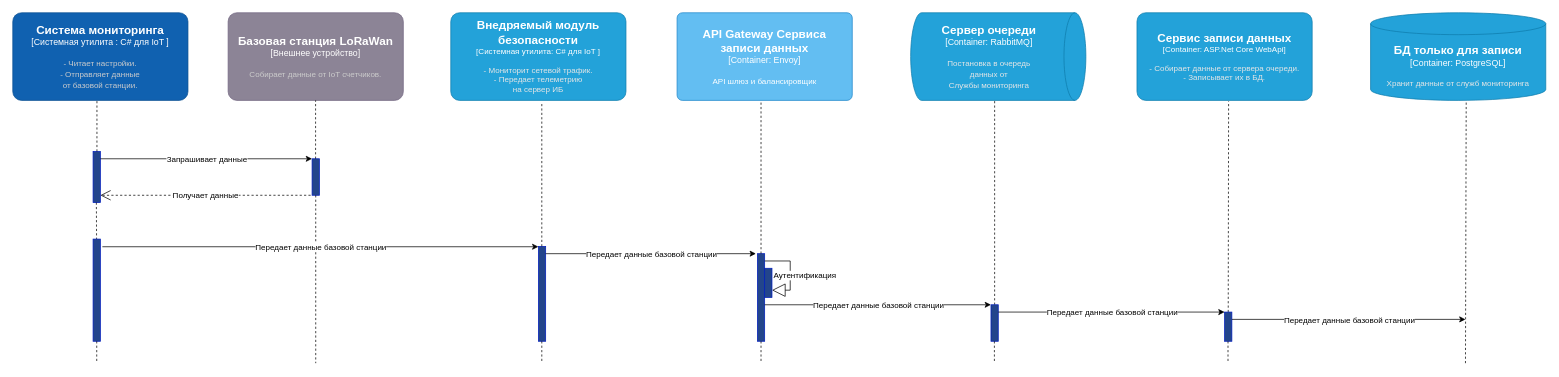
Before: Graduate/img/uc6.drawio in dimidych/Gird_the_grid, a draw.io diagram. Source tidied: cells renumbered, new cells numbered last; positions are measured from the earlier drawing's top-left corner, leaving out a move shared by most shapes. Both pictures are drawn from the tidied source at 73%, with x=0, y=0 at pixel (12, 12).
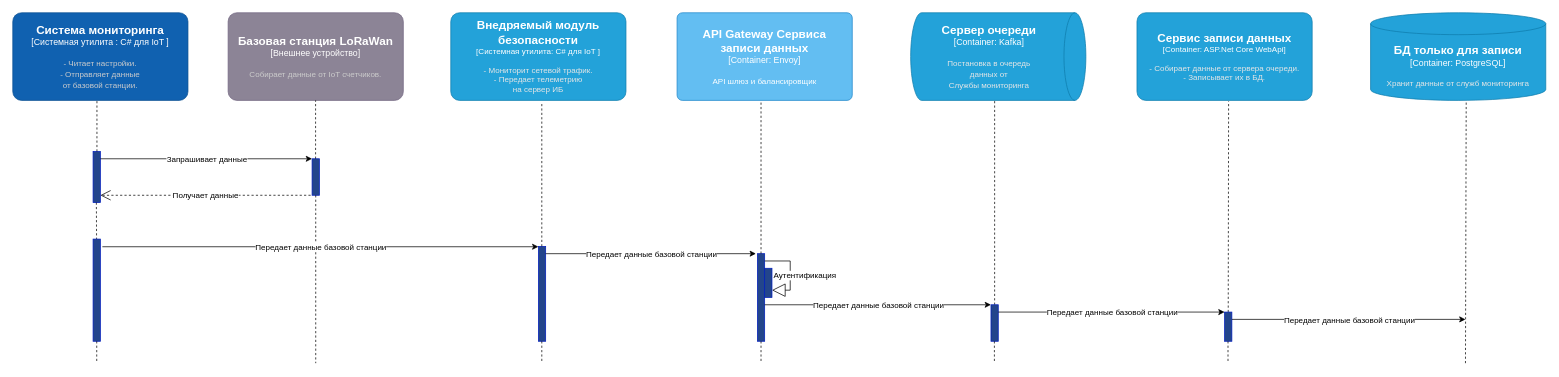
Above is the later version.

Change to the diagram source:
```diff
@@
-    <object id="6" label="&lt;font style=&quot;font-size: 16px&quot;&gt;&lt;b&gt;%c4Name%&lt;/b&gt;&lt;/font&gt;&lt;div&gt;[%c4Type%:&amp;nbsp;%c4Technology%]&lt;/div&gt;&lt;br&gt;&lt;div&gt;&lt;font style=&quot;font-size: 11px&quot;&gt;&lt;font color=&quot;#E6E6E6&quot;&gt;%c4Description%&lt;/font&gt;&lt;/div&gt;" c4Description="Постановка в очередь&#10; данных от&#10;Службы мониторинга" c4Name="Сервер очереди" c4Technology="RabbitMQ" c4Type="Container" placeholders="1">
+    <object id="6" label="&lt;font style=&quot;font-size: 16px&quot;&gt;&lt;b&gt;%c4Name%&lt;/b&gt;&lt;/font&gt;&lt;div&gt;[%c4Type%:&amp;nbsp;%c4Technology%]&lt;/div&gt;&lt;br&gt;&lt;div&gt;&lt;font style=&quot;font-size: 11px&quot;&gt;&lt;font color=&quot;#E6E6E6&quot;&gt;%c4Description%&lt;/font&gt;&lt;/div&gt;" c4Description="Постановка в очередь&#10; данных от&#10;Службы мониторинга" c4Name="Сервер очереди" c4Technology="Kafka" c4Type="Container" placeholders="1">
       <mxCell style="shape=cylinder3;size=15;direction=south;whiteSpace=wrap;html=1;boundedLbl=1;rounded=0;labelBackgroundColor=none;fillColor=#23A2D9;fontSize=12;fontColor=#ffffff;align=center;strokeColor=#0E7DAD;" parent="1" vertex="1">
         <mxGeometry x="1230" width="240" height="120" as="geometry" />
       </mxCell>
     </object>
```
